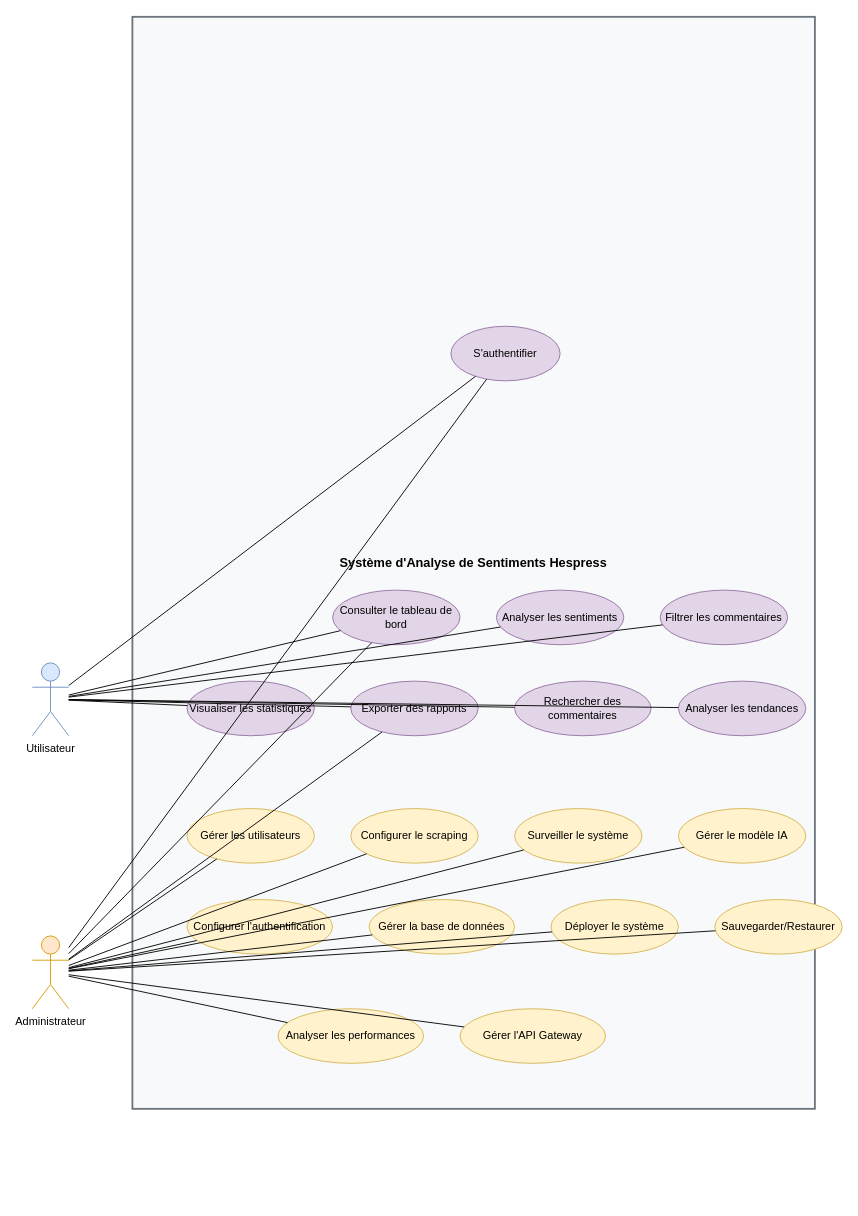
Above: use-case.drawio in adilonam/latex-sentiment (draw.io), before the change. Source tidied: cells renumbered, new cells numbered last; positions are measured from the earlier drawing's top-left corner, leaving out a move shared by most shapes. Both pictures are drawn from the tidied source at 91%, with x=0, y=0 at pixel (32, 16).
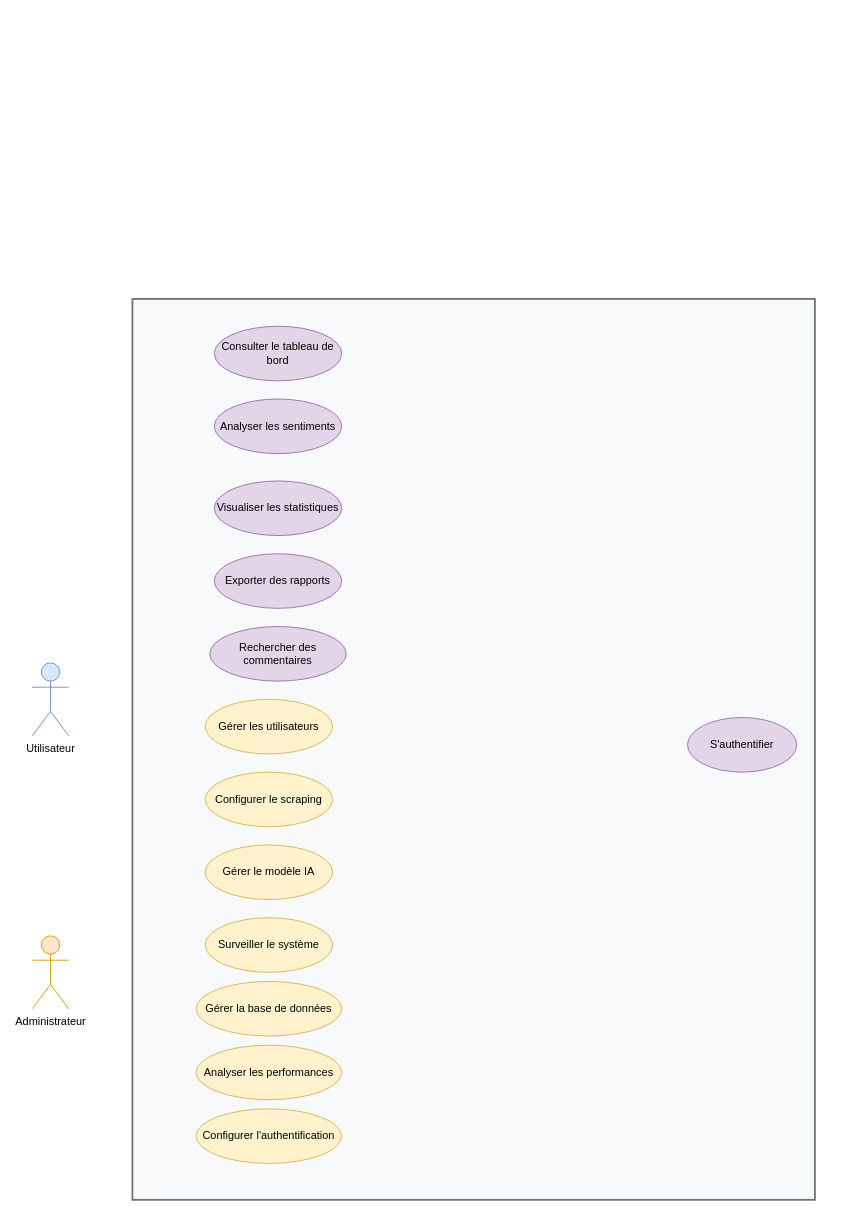
Above is the later version.

Commit message (it also covers changes not shown here):
Update use case diagram and adjust image size in chapter 2

Unchanged cells that the change refers to:
```xml
<mxCell id="3" value="Utilisateur" style="shape=umlActor;html=1;verticalLabelPosition=bottom;verticalAlign=top;align=center;fillColor=#dae8fc;strokeColor=#6c8ebf;" parent="1" vertex="1">
  <mxGeometry y="710" width="40" height="80" as="geometry" />
</mxCell>
<mxCell id="4" value="Administrateur" style="shape=umlActor;html=1;verticalLabelPosition=bottom;verticalAlign=top;align=center;fillColor=#ffe6cc;strokeColor=#d79b00;" parent="1" vertex="1">
  <mxGeometry y="1010" width="40" height="80" as="geometry" />
</mxCell>
```

Diff of the diagram source:
```diff
@@
-    <mxCell id="2" value="Système d'Analyse de Sentiments Hespress" style="rounded=0;whiteSpace=wrap;html=1;fillColor=#f8f9fa;strokeColor=#6c757d;strokeWidth=2;fontSize=14;fontStyle=1;" parent="1" vertex="1">
-      <mxGeometry x="110" width="750" height="1200" as="geometry" />
+    <mxCell id="2" style="rounded=0;whiteSpace=wrap;html=1;fillColor=#f8f9fa;strokeColor=#6c757d;strokeWidth=2;fontSize=14;fontStyle=1;" parent="1" vertex="1">
+      <mxGeometry x="110" y="310" width="750" height="990" as="geometry" />
     </mxCell>
@@
     <mxCell id="5" value="S'authentifier" style="ellipse;whiteSpace=wrap;html=1;fillColor=#e1d5e7;strokeColor=#9673a6;" parent="1" vertex="1">
-      <mxGeometry x="460" y="340" width="120" height="60" as="geometry" />
+      <mxGeometry x="720" y="770" width="120" height="60" as="geometry" />
     </mxCell>
     <mxCell id="6" value="Consulter le tableau de bord" style="ellipse;whiteSpace=wrap;html=1;fillColor=#e1d5e7;strokeColor=#9673a6;" parent="1" vertex="1">
-      <mxGeometry x="330" y="630" width="140" height="60" as="geometry" />
+      <mxGeometry x="200" y="340" width="140" height="60" as="geometry" />
     </mxCell>
     <mxCell id="7" value="Analyser les sentiments" style="ellipse;whiteSpace=wrap;html=1;fillColor=#e1d5e7;strokeColor=#9673a6;" parent="1" vertex="1">
-      <mxGeometry x="510" y="630" width="140" height="60" as="geometry" />
+      <mxGeometry x="200" y="420" width="140" height="60" as="geometry" />
     </mxCell>
-    <mxCell id="8" value="Filtrer les commentaires" style="ellipse;whiteSpace=wrap;html=1;fillColor=#e1d5e7;strokeColor=#9673a6;" parent="1" vertex="1">
-      <mxGeometry x="690" y="630" width="140" height="60" as="geometry" />
-    </mxCell>
     <mxCell id="9" value="Visualiser les statistiques" style="ellipse;whiteSpace=wrap;html=1;fillColor=#e1d5e7;strokeColor=#9673a6;" parent="1" vertex="1">
-      <mxGeometry x="170" y="730" width="140" height="60" as="geometry" />
+      <mxGeometry x="200" y="510" width="140" height="60" as="geometry" />
     </mxCell>
     <mxCell id="10" value="Exporter des rapports" style="ellipse;whiteSpace=wrap;html=1;fillColor=#e1d5e7;strokeColor=#9673a6;" parent="1" vertex="1">
-      <mxGeometry x="350" y="730" width="140" height="60" as="geometry" />
+      <mxGeometry x="200" y="590" width="140" height="60" as="geometry" />
     </mxCell>
     <mxCell id="11" value="Rechercher des commentaires" style="ellipse;whiteSpace=wrap;html=1;fillColor=#e1d5e7;strokeColor=#9673a6;" parent="1" vertex="1">
-      <mxGeometry x="530" y="730" width="150" height="60" as="geometry" />
+      <mxGeometry x="195" y="670" width="150" height="60" as="geometry" />
     </mxCell>
-    <mxCell id="12" value="Analyser les tendances" style="ellipse;whiteSpace=wrap;html=1;fillColor=#e1d5e7;strokeColor=#9673a6;" parent="1" vertex="1">
-      <mxGeometry x="710" y="730" width="140" height="60" as="geometry" />
-    </mxCell>
     <mxCell id="13" value="Gérer les utilisateurs" style="ellipse;whiteSpace=wrap;html=1;fillColor=#fff2cc;strokeColor=#d6b656;" parent="1" vertex="1">
-      <mxGeometry x="170" y="870" width="140" height="60" as="geometry" />
+      <mxGeometry x="190" y="750" width="140" height="60" as="geometry" />
     </mxCell>
     <mxCell id="14" value="Configurer le scraping" style="ellipse;whiteSpace=wrap;html=1;fillColor=#fff2cc;strokeColor=#d6b656;" parent="1" vertex="1">
-      <mxGeometry x="350" y="870" width="140" height="60" as="geometry" />
+      <mxGeometry x="190" y="830" width="140" height="60" as="geometry" />
     </mxCell>
     <mxCell id="15" value="Surveiller le système" style="ellipse;whiteSpace=wrap;html=1;fillColor=#fff2cc;strokeColor=#d6b656;" parent="1" vertex="1">
-      <mxGeometry x="530" y="870" width="140" height="60" as="geometry" />
+      <mxGeometry x="190" y="990" width="140" height="60" as="geometry" />
     </mxCell>
     <mxCell id="16" value="Gérer le modèle IA" style="ellipse;whiteSpace=wrap;html=1;fillColor=#fff2cc;strokeColor=#d6b656;" parent="1" vertex="1">
-      <mxGeometry x="710" y="870" width="140" height="60" as="geometry" />
+      <mxGeometry x="190" y="910" width="140" height="60" as="geometry" />
     </mxCell>
     <mxCell id="17" value="Configurer l'authentification" style="ellipse;whiteSpace=wrap;html=1;fillColor=#fff2cc;strokeColor=#d6b656;" parent="1" vertex="1">
-      <mxGeometry x="170" y="970" width="160" height="60" as="geometry" />
+      <mxGeometry x="180" y="1200" width="160" height="60" as="geometry" />
     </mxCell>
     <mxCell id="18" value="Gérer la base de données" style="ellipse;whiteSpace=wrap;html=1;fillColor=#fff2cc;strokeColor=#d6b656;" parent="1" vertex="1">
-      <mxGeometry x="370" y="970" width="160" height="60" as="geometry" />
+      <mxGeometry x="180" y="1060" width="160" height="60" as="geometry" />
     </mxCell>
-    <mxCell id="19" value="Déployer le système" style="ellipse;whiteSpace=wrap;html=1;fillColor=#fff2cc;strokeColor=#d6b656;" parent="1" vertex="1">
-      <mxGeometry x="570" y="970" width="140" height="60" as="geometry" />
-    </mxCell>
-    <mxCell id="20" value="Sauvegarder/Restaurer" style="ellipse;whiteSpace=wrap;html=1;fillColor=#fff2cc;strokeColor=#d6b656;" parent="1" vertex="1">
-      <mxGeometry x="750" y="970" width="140" height="60" as="geometry" />
-    </mxCell>
     <mxCell id="21" value="Analyser les performances" style="ellipse;whiteSpace=wrap;html=1;fillColor=#fff2cc;strokeColor=#d6b656;" parent="1" vertex="1">
-      <mxGeometry x="270" y="1090" width="160" height="60" as="geometry" />
+      <mxGeometry x="180" y="1130" width="160" height="60" as="geometry" />
     </mxCell>
-    <mxCell id="22" value="Gérer l'API Gateway" style="ellipse;whiteSpace=wrap;html=1;fillColor=#fff2cc;strokeColor=#d6b656;" parent="1" vertex="1">
-      <mxGeometry x="470" y="1090" width="160" height="60" as="geometry" />
-    </mxCell>
-    <mxCell id="23" style="endArrow=none;html=1;rounded=0;" parent="1" edge="1" source="3" target="5">
-      <mxGeometry relative="1" as="geometry" />
-    </mxCell>
-    <mxCell id="24" style="endArrow=none;html=1;rounded=0;" parent="1" edge="1" source="3" target="6">
-      <mxGeometry relative="1" as="geometry" />
-    </mxCell>
-    <mxCell id="25" style="endArrow=none;html=1;rounded=0;" parent="1" edge="1" source="3" target="7">
-      <mxGeometry relative="1" as="geometry" />
-    </mxCell>
-    <mxCell id="26" style="endArrow=none;html=1;rounded=0;" parent="1" edge="1" source="3" target="8">
-      <mxGeometry relative="1" as="geometry" />
-    </mxCell>
-    <mxCell id="27" style="endArrow=none;html=1;rounded=0;" parent="1" edge="1" source="3" target="9">
-      <mxGeometry relative="1" as="geometry" />
-    </mxCell>
-    <mxCell id="28" style="endArrow=none;html=1;rounded=0;" parent="1" edge="1" source="3" target="10">
-      <mxGeometry relative="1" as="geometry" />
-    </mxCell>
-    <mxCell id="29" style="endArrow=none;html=1;rounded=0;" parent="1" edge="1" source="3" target="11">
-      <mxGeometry relative="1" as="geometry" />
-    </mxCell>
-    <mxCell id="30" style="endArrow=none;html=1;rounded=0;" parent="1" edge="1" source="3" target="12">
-      <mxGeometry relative="1" as="geometry" />
-    </mxCell>
-    <mxCell id="31" style="endArrow=none;html=1;rounded=0;" parent="1" edge="1" source="4" target="5">
-      <mxGeometry relative="1" as="geometry" />
-    </mxCell>
-    <mxCell id="32" style="endArrow=none;html=1;rounded=0;" parent="1" edge="1" source="4" target="13">
-      <mxGeometry relative="1" as="geometry" />
-    </mxCell>
-    <mxCell id="33" style="endArrow=none;html=1;rounded=0;" parent="1" edge="1" source="4" target="14">
-      <mxGeometry relative="1" as="geometry" />
-    </mxCell>
-    <mxCell id="34" style="endArrow=none;html=1;rounded=0;" parent="1" edge="1" source="4" target="15">
-      <mxGeometry relative="1" as="geometry" />
-    </mxCell>
-    <mxCell id="35" style="endArrow=none;html=1;rounded=0;" parent="1" edge="1" source="4" target="16">
-      <mxGeometry relative="1" as="geometry" />
-    </mxCell>
-    <mxCell id="36" style="endArrow=none;html=1;rounded=0;" parent="1" edge="1" source="4" target="17">
-      <mxGeometry relative="1" as="geometry" />
-    </mxCell>
-    <mxCell id="37" style="endArrow=none;html=1;rounded=0;" parent="1" edge="1" source="4" target="18">
-      <mxGeometry relative="1" as="geometry" />
-    </mxCell>
-    <mxCell id="38" style="endArrow=none;html=1;rounded=0;" parent="1" edge="1" source="4" target="19">
-      <mxGeometry relative="1" as="geometry" />
-    </mxCell>
-    <mxCell id="39" style="endArrow=none;html=1;rounded=0;" parent="1" edge="1" source="4" target="20">
-      <mxGeometry relative="1" as="geometry" />
-    </mxCell>
-    <mxCell id="40" style="endArrow=none;html=1;rounded=0;" parent="1" edge="1" source="4" target="21">
-      <mxGeometry relative="1" as="geometry" />
-    </mxCell>
-    <mxCell id="41" style="endArrow=none;html=1;rounded=0;" parent="1" edge="1" source="4" target="22">
-      <mxGeometry relative="1" as="geometry" />
-    </mxCell>
-    <mxCell id="42" style="endArrow=none;html=1;rounded=0;strokeStyle=dashed;" parent="1" edge="1" source="4" target="6">
-      <mxGeometry relative="1" as="geometry" />
-    </mxCell>
-    <mxCell id="43" style="endArrow=none;html=1;rounded=0;strokeStyle=dashed;" parent="1" edge="1" source="4" target="10">
-      <mxGeometry relative="1" as="geometry" />
-    </mxCell>
```
